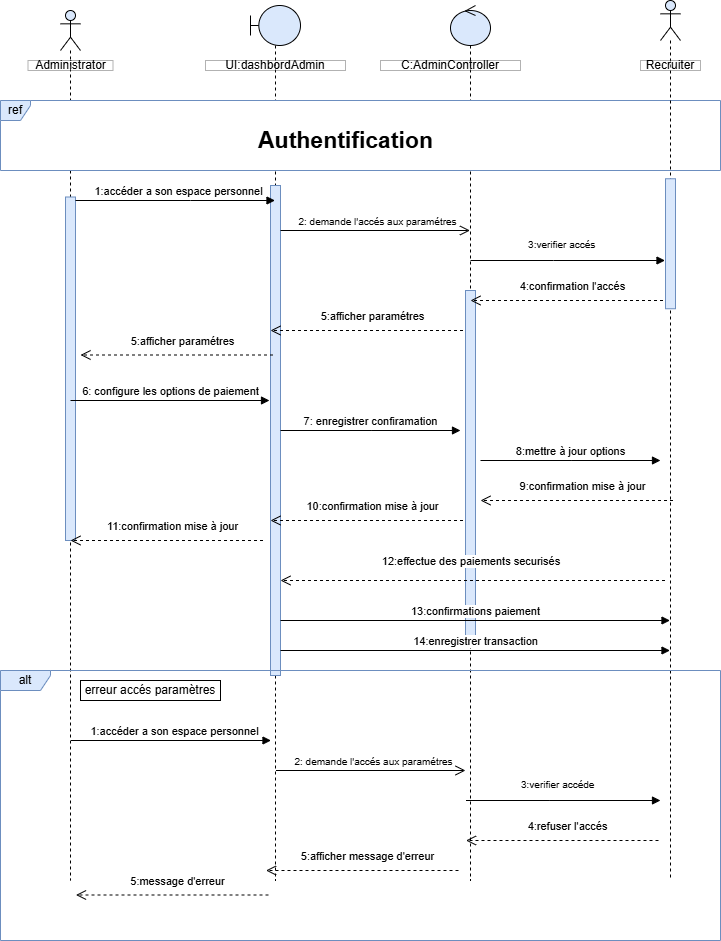
Before: Diagramme sequence options de paiement .drawio.png, a diagram exported from draw.io (chirine1/-project). Source tidied: cells renumbered, new cells last; positions are measured from the earlier drawing's top-left corner, leaving out a move shared by most shapes.
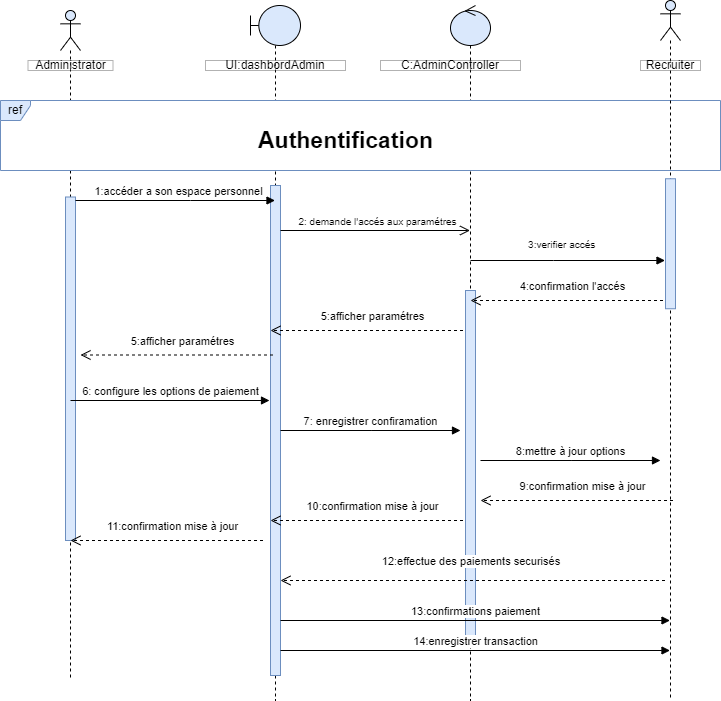
After the change.

Commit message:
Mettre à jour Diagramme sequence options de paiement .drawio.png

Diff of the diagram source:
```diff
@@ -3,19 +3,19 @@
     <mxCell id="0" />
     <mxCell id="1" parent="0" />
     <mxCell id="2" style="shape=umlLifeline;perimeter=lifelinePerimeter;whiteSpace=wrap;html=1;outlineConnect=0;portConstraint=eastwest;newEdgeStyle={&quot;curved&quot;:0,&quot;rounded&quot;:0};participant=umlBoundary;fillColor=#dae8fc;strokeColor=default;" parent="1" vertex="1">
-      <mxGeometry x="250" y="5" width="50" height="875" as="geometry" />
+      <mxGeometry x="250" y="5" width="50" height="695" as="geometry" />
     </mxCell>
     <mxCell id="3" style="html=1;perimeter=orthogonalPerimeter;targetShapes=umlLifeline;newEdgeStyle={&quot;curved&quot;:0,&quot;rounded&quot;:0};fillColor=#dae8fc;strokeColor=#6c8ebf;" parent="2" vertex="1">
       <mxGeometry x="20" y="180" width="10" height="490" as="geometry" />
     </mxCell>
     <mxCell id="4" style="shape=umlLifeline;perimeter=lifelinePerimeter;whiteSpace=wrap;html=1;newEdgeStyle={&quot;curved&quot;:0,&quot;rounded&quot;:0};participant=umlControl;fillColor=#dae8fc;strokeColor=default;" parent="1" vertex="1">
-      <mxGeometry x="450" y="5" width="40" height="875" as="geometry" />
+      <mxGeometry x="450" y="5" width="40" height="695" as="geometry" />
     </mxCell>
     <mxCell id="5" style="html=1;perimeter=orthogonalPerimeter;targetShapes=umlLifeline;newEdgeStyle={&quot;curved&quot;:0,&quot;rounded&quot;:0};fillColor=#dae8fc;strokeColor=#6c8ebf;" parent="4" vertex="1">
       <mxGeometry x="15" y="285" width="10" height="345" as="geometry" />
     </mxCell>
     <mxCell id="6" style="shape=umlLifeline;perimeter=lifelinePerimeter;whiteSpace=wrap;html=1;newEdgeStyle={&quot;curved&quot;:0,&quot;rounded&quot;:0};participant=umlActor;fillColor=#dae8fc;strokeColor=default;" parent="1" vertex="1">
-      <mxGeometry x="60" y="10" width="20" height="870" as="geometry" />
+      <mxGeometry x="60" y="10" width="20" height="670" as="geometry" />
     </mxCell>
     <mxCell id="7" style="html=1;perimeter=orthogonalPerimeter;targetShapes=umlLifeline;newEdgeStyle={&quot;curved&quot;:0,&quot;rounded&quot;:0};fillColor=#dae8fc;strokeColor=#6c8ebf;" parent="6" vertex="1">
       <mxGeometry x="5" y="186.5" width="10" height="343.5" as="geometry" />
@@ -77,7 +77,7 @@
       </mxGeometry>
     </mxCell>
     <mxCell id="19" style="shape=umlLifeline;perimeter=lifelinePerimeter;whiteSpace=wrap;html=1;newEdgeStyle={&quot;curved&quot;:0,&quot;rounded&quot;:0};participant=umlActor;fillColor=#dae8fc;strokeColor=default;" parent="1" vertex="1">
-      <mxGeometry x="660" width="20" height="880" as="geometry" />
+      <mxGeometry x="660" width="20" height="700" as="geometry" />
     </mxCell>
     <mxCell id="20" style="html=1;perimeter=orthogonalPerimeter;targetShapes=umlLifeline;newEdgeStyle={&quot;curved&quot;:0,&quot;rounded&quot;:0};fillColor=#dae8fc;strokeColor=#6c8ebf;" parent="19" vertex="1">
       <mxGeometry x="5" y="178.2" width="10" height="130" as="geometry" />
@@ -145,53 +145,5 @@
         <mxPoint x="669.5" y="650" as="targetPoint" />
       </mxGeometry>
     </mxCell>
-    <mxCell id="31" value="alt" style="shape=umlFrame;whiteSpace=wrap;html=1;width=50;height=20;fillColor=#dae8fc;strokeColor=#6c8ebf;" parent="1" vertex="1">
-      <mxGeometry y="670" width="720" height="270" as="geometry" />
-    </mxCell>
-    <mxCell id="32" value="1:accéder a son espace personnel" style="html=1;verticalAlign=bottom;endArrow=block;curved=0;rounded=0;" parent="1" edge="1">
-      <mxGeometry x="0.03" relative="1" as="geometry">
-        <mxPoint x="70.5" y="740" as="sourcePoint" />
-        <mxPoint x="270.5" y="740" as="targetPoint" />
-        <Array as="points">
-          <mxPoint x="185.5" y="740" />
-        </Array>
-      </mxGeometry>
-    </mxCell>
-    <mxCell id="33" value="&lt;font style=&quot;font-size: 10px;&quot;&gt;&lt;font style=&quot;font-size: 10px;&quot;&gt;3:verifier&amp;nbsp;&lt;/font&gt;&lt;font style=&quot;font-size: 10px;&quot;&gt;accéde&amp;nbsp;&amp;nbsp;&lt;/font&gt;&lt;/font&gt;" style="html=1;verticalAlign=bottom;endArrow=block;curved=0;rounded=0;" parent="1" edge="1">
-      <mxGeometry x="-0.03" y="7" relative="1" as="geometry">
-        <mxPoint x="465.5" y="800" as="sourcePoint" />
-        <mxPoint x="660" y="800" as="targetPoint" />
-        <Array as="points">
-          <mxPoint x="548.6" y="800" />
-        </Array>
-      </mxGeometry>
-    </mxCell>
-    <mxCell id="34" value="&lt;font style=&quot;font-size: 10px;&quot;&gt;2: demande l'accés aux paramétres&lt;/font&gt;" style="html=1;verticalAlign=bottom;endArrow=open;endSize=8;curved=0;rounded=0;" parent="1" edge="1">
-      <mxGeometry x="0.03" relative="1" as="geometry">
-        <mxPoint x="275.5" y="770" as="sourcePoint" />
-        <mxPoint x="465" y="770" as="targetPoint" />
-      </mxGeometry>
-    </mxCell>
-    <mxCell id="35" value="&lt;div style=&quot;text-align: left;&quot;&gt;4:refuser l'accé&lt;span style=&quot;background-color: rgb(251, 251, 251); color: rgba(0, 0, 0, 0); font-family: monospace; font-size: 0px;&quot;&gt;%3CmxGraphModel%3E%3Croot%3E%3CmxCell%20id%3D%220%22%2F%3E%3CmxCell%20id%3D%221%22%20parent%3D%220%22%2F%3E%3CmxCell%20id%3D%222%22%20value%3D%22%26lt%3Bdiv%20style%3D%26quot%3Btext-align%3A%20left%3B%26quot%3B%26gt%3B12%3Aconfirmation%20de%20l'enregistrement%26lt%3B%2Fdiv%26gt%3B%22%20style%3D%22html%3D1%3BverticalAlign%3Dbottom%3BendArrow%3Dopen%3Bdashed%3D1%3BendSize%3D8%3Bcurved%3D0%3Brounded%3D0%3B%22%20edge%3D%221%22%20parent%3D%221%22%3E%3CmxGeometry%20x%3D%22-0.0588%22%20y%3D%22-5%22%20relative%3D%221%22%20as%3D%22geometry%22%3E%3CmxPoint%20x%3D%22672.5%22%20y%3D%22-500%22%20as%3D%22sourcePoint%22%2F%3E%3CmxPoint%20x%3D%22480%22%20y%3D%22-500%22%20as%3D%22targetPoint%22%2F%3E%3CmxPoint%20as%3D%22offset%22%2F%3E%3C%2FmxGeometry%3E%3C%2FmxCell%3E%3C%2Froot%3E%3C%2FmxGraphModel%3E&lt;/span&gt;s&lt;/div&gt;" style="html=1;verticalAlign=bottom;endArrow=open;dashed=1;endSize=8;curved=0;rounded=0;" parent="1" edge="1">
-      <mxGeometry x="-0.06" y="-5" relative="1" as="geometry">
-        <mxPoint x="658" y="840" as="sourcePoint" />
-        <mxPoint x="465.5" y="840" as="targetPoint" />
-      </mxGeometry>
-    </mxCell>
-    <mxCell id="36" value="&lt;div style=&quot;text-align: left;&quot;&gt;5:afficher message d'erreur&lt;/div&gt;" style="html=1;verticalAlign=bottom;endArrow=open;dashed=1;endSize=8;curved=0;rounded=0;" parent="1" edge="1">
-      <mxGeometry x="-0.06" y="-5" relative="1" as="geometry">
-        <mxPoint x="458" y="870" as="sourcePoint" />
-        <mxPoint x="265.5" y="870" as="targetPoint" />
-      </mxGeometry>
-    </mxCell>
-    <mxCell id="37" value="&lt;div style=&quot;text-align: left;&quot;&gt;5:message d'erreur&lt;/div&gt;" style="html=1;verticalAlign=bottom;endArrow=open;dashed=1;endSize=8;curved=0;rounded=0;" parent="1" edge="1">
-      <mxGeometry x="-0.06" y="-5" relative="1" as="geometry">
-        <mxPoint x="268" y="894.5" as="sourcePoint" />
-        <mxPoint x="75.5" y="894.5" as="targetPoint" />
-      </mxGeometry>
-    </mxCell>
-    <mxCell id="38" value="erreur accés paramètres" style="fontStyle=0;html=1;whiteSpace=wrap;" parent="1" vertex="1">
-      <mxGeometry x="80" y="680" width="140" height="20" as="geometry" />
-    </mxCell>
   </root>
 </mxGraphModel>
```
